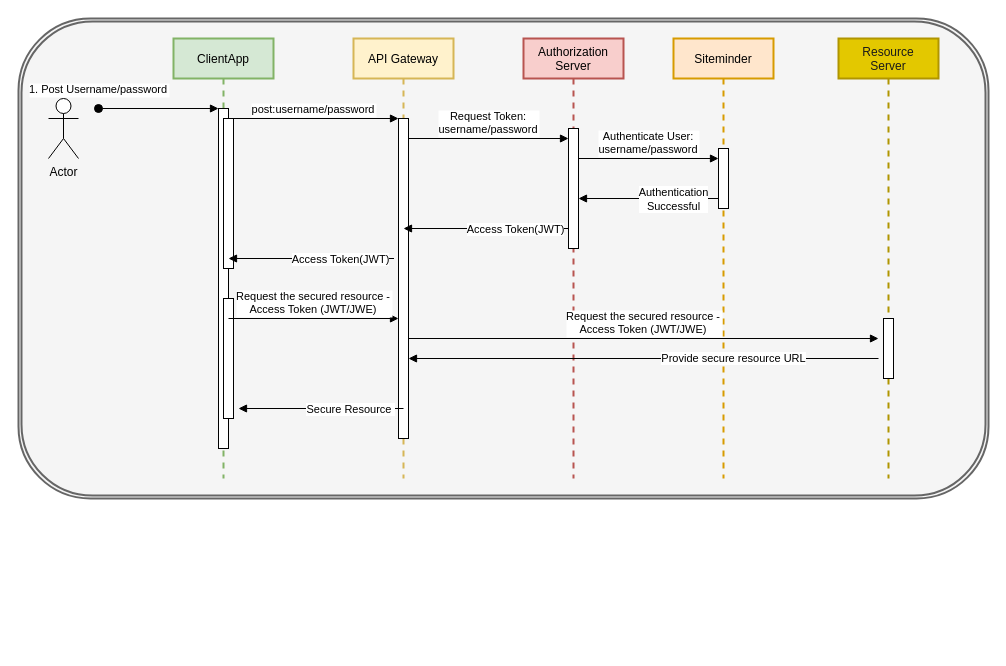
This is webapp/Untitled Diagram.drawio from vijay2213/devops1, a draw.io file, before an edit. Source tidied: cells renumbered, new cells numbered last; positions are measured from the earlier drawing's top-left corner, leaving out a move shared by most shapes. Both pictures are drawn from the tidied source at 100%, with x=0, y=0 at pixel (18, 18).
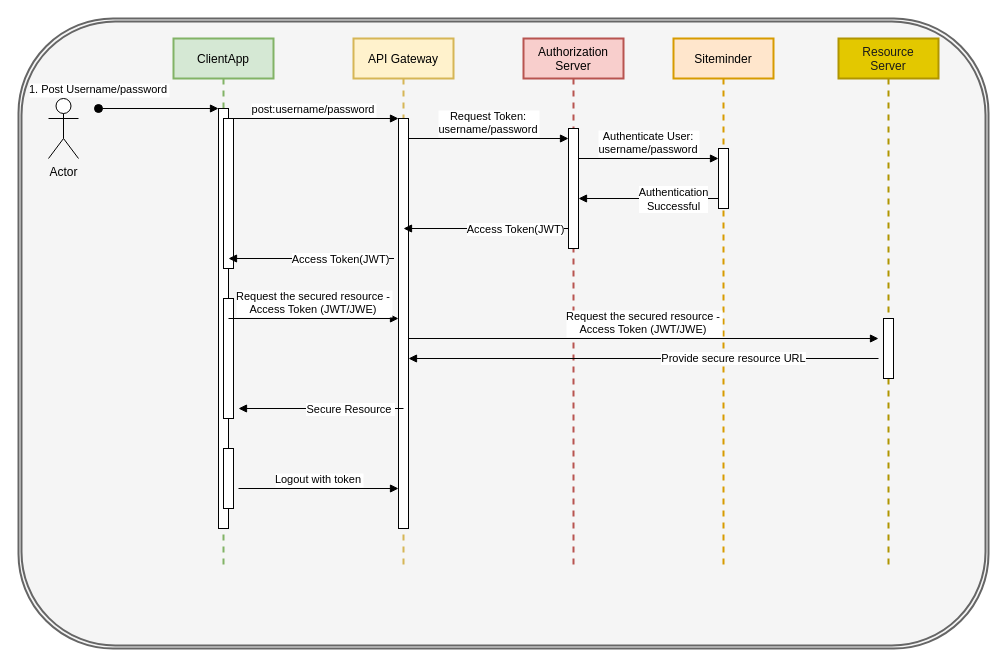
After the change.

What changed in the source:
```diff
@@
     <mxCell id="2" style="shape=ext;double=1;rounded=1;whiteSpace=wrap;html=1;strokeWidth=2;fillColor=#f5f5f5;strokeColor=#666666;fontColor=#333333;" parent="1" vertex="1">
-      <mxGeometry width="970" height="480" as="geometry" />
+      <mxGeometry width="970" height="630" as="geometry" />
     </mxCell>
     <mxCell id="3" value="ClientApp" style="shape=umlLifeline;perimeter=lifelinePerimeter;rounded=0;shadow=0;strokeWidth=2;fillColor=#d5e8d4;strokeColor=#82b366;" parent="1" vertex="1">
-      <mxGeometry x="155" y="20" width="100" height="440" as="geometry" />
+      <mxGeometry x="155" y="20" width="100" height="530" as="geometry" />
     </mxCell>
     <mxCell id="4" style="points=[];perimeter=orthogonalPerimeter;rounded=0;shadow=0;strokeWidth=1;" parent="3" vertex="1">
-      <mxGeometry x="45" y="70" width="10" height="340" as="geometry" />
+      <mxGeometry x="45" y="70" width="10" height="420" as="geometry" />
     </mxCell>
@@
+    <mxCell id="32" style="perimeter=orthogonalPerimeter;rounded=0;shadow=0;strokeWidth=1;" parent="3" vertex="1">
+      <mxGeometry x="50" y="410" width="10" height="60" as="geometry" />
+    </mxCell>
     <mxCell id="8" value="API Gateway" style="shape=umlLifeline;perimeter=lifelinePerimeter;rounded=0;shadow=0;strokeWidth=2;fillColor=#fff2cc;strokeColor=#d6b656;" parent="1" vertex="1">
-      <mxGeometry x="335" y="20" width="100" height="440" as="geometry" />
+      <mxGeometry x="335" y="20" width="100" height="530" as="geometry" />
     </mxCell>
     <mxCell id="9" style="points=[];perimeter=orthogonalPerimeter;rounded=0;shadow=0;strokeWidth=1;" parent="8" vertex="1">
-      <mxGeometry x="45" y="80" width="10" height="320" as="geometry" />
+      <mxGeometry x="45" y="80" width="10" height="410" as="geometry" />
     </mxCell>
@@
     <mxCell id="11" value="Siteminder" style="shape=umlLifeline;perimeter=lifelinePerimeter;rounded=0;shadow=0;strokeWidth=2;fillColor=#ffe6cc;strokeColor=#d79b00;" parent="1" vertex="1">
-      <mxGeometry x="655" y="20" width="100" height="440" as="geometry" />
+      <mxGeometry x="655" y="20" width="100" height="530" as="geometry" />
     </mxCell>
@@
     <mxCell id="13" value="Authorization&#10;Server" style="shape=umlLifeline;perimeter=lifelinePerimeter;rounded=0;shadow=0;strokeWidth=2;fillColor=#f8cecc;strokeColor=#b85450;" parent="1" vertex="1">
-      <mxGeometry x="505" y="20" width="100" height="440" as="geometry" />
+      <mxGeometry x="505" y="20" width="100" height="530" as="geometry" />
     </mxCell>
@@
     <mxCell id="15" value="Resource&#10;Server" style="shape=umlLifeline;perimeter=lifelinePerimeter;rounded=0;shadow=0;strokeWidth=2;fillColor=#e3c800;strokeColor=#B09500;fontColor=#1A1A1A;" parent="1" vertex="1">
-      <mxGeometry x="820" y="20" width="100" height="440" as="geometry" />
+      <mxGeometry x="820" y="20" width="100" height="530" as="geometry" />
     </mxCell>
@@
+    <mxCell id="33" value="Logout with token" style="verticalAlign=bottom;endArrow=block;shadow=0;strokeWidth=1;" parent="1" edge="1">
+      <mxGeometry relative="1" as="geometry">
+        <mxPoint x="220" y="470" as="sourcePoint" />
+        <mxPoint x="380" y="470" as="targetPoint" />
+      </mxGeometry>
+    </mxCell>
```
